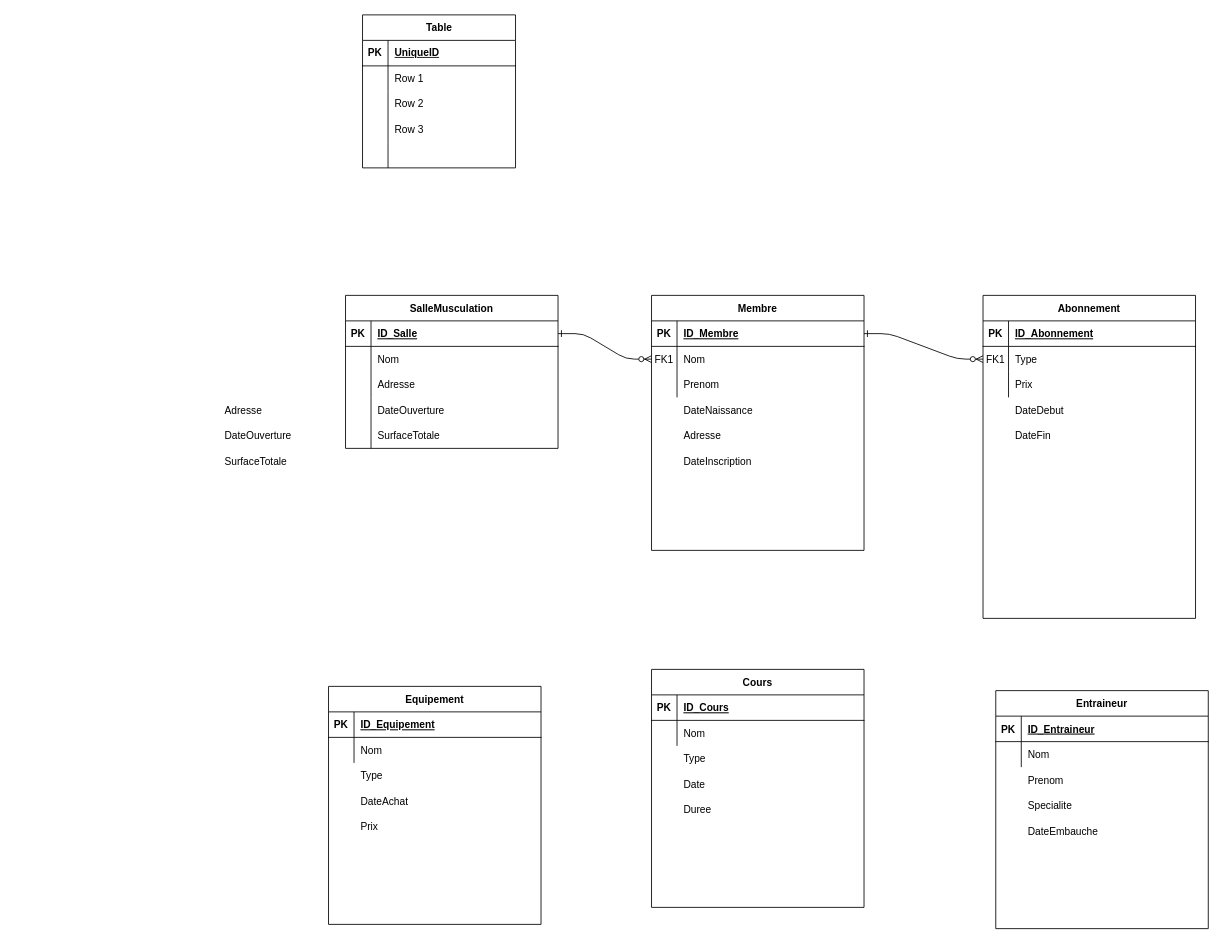
This is SchémaE/R.drawio from uvsqNathanAmoussou/SalleDeMuscuBDD, a draw.io file, before an edit. Source tidied: cells renumbered, new cells numbered last; positions are measured from the earlier drawing's top-left corner, leaving out a move shared by most shapes. Both pictures are drawn from the tidied source at 85%, with x=0, y=0 at pixel (218, 14).
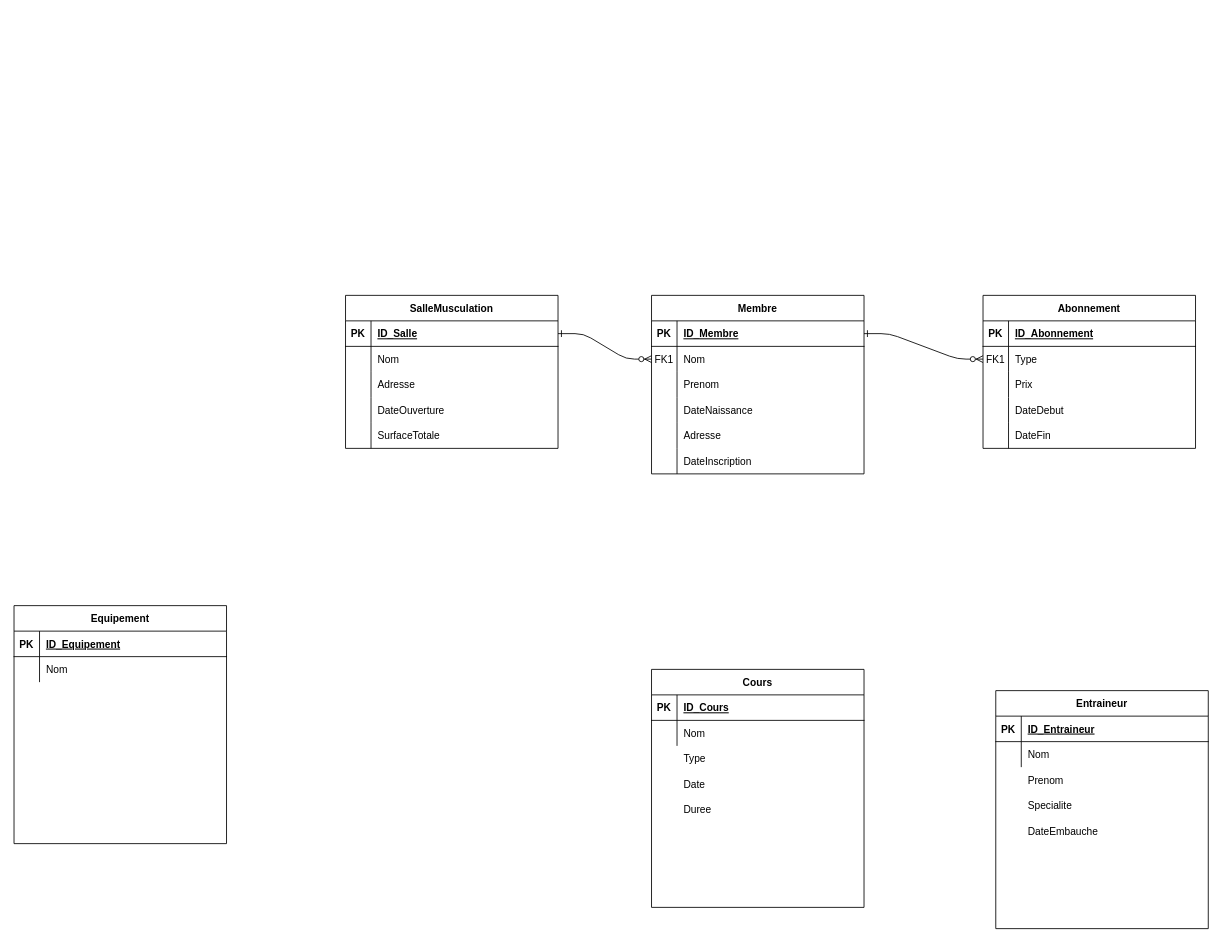
The same page after the edit.

Commit message (it also covers changes not shown here):
Mettre à jour R.drawio

Diff of the diagram source:
```diff
@@
     <mxCell id="4" value="Membre" style="shape=table;startSize=30;childLayout=tableLayout;rowLines=0;fontStyle=1;align=center;" parent="1" vertex="1">
-      <mxGeometry x="510" y="330" width="250" height="300" as="geometry" />
+      <mxGeometry x="510" y="330" width="250" height="210" as="geometry" />
     </mxCell>
@@
+    <mxCell id="94" style="shape=partialRectangle;fillColor=none;top=0;left=0;right=0;bottom=0;" parent="4" vertex="1">
+      <mxGeometry y="120" width="250" height="30" as="geometry" />
+    </mxCell>
+    <mxCell id="95" style="shape=partialRectangle;overflow=hidden;fillColor=none;top=0;left=0;bottom=0;right=0;" parent="94" vertex="1">
+      <mxGeometry width="30" height="30" as="geometry" />
+    </mxCell>
+    <mxCell id="43" value="DateNaissance" style="shape=partialRectangle;overflow=hidden;fillColor=none;top=0;left=0;bottom=0;right=0;align=left;spacingLeft=6;" parent="94" vertex="1">
+      <mxGeometry x="30" width="220" height="30" as="geometry" />
+    </mxCell>
+    <mxCell id="96" style="shape=partialRectangle;fillColor=none;top=0;left=0;right=0;bottom=0;" parent="4" vertex="1">
+      <mxGeometry y="150" width="250" height="30" as="geometry" />
+    </mxCell>
+    <mxCell id="97" style="shape=partialRectangle;overflow=hidden;fillColor=none;top=0;left=0;bottom=0;right=0;" parent="96" vertex="1">
+      <mxGeometry width="30" height="30" as="geometry" />
+    </mxCell>
+    <mxCell id="98" value="Adresse" style="shape=partialRectangle;overflow=hidden;fillColor=none;top=0;left=0;bottom=0;right=0;align=left;spacingLeft=6;" parent="96" vertex="1">
+      <mxGeometry x="30" width="220" height="30" as="geometry" />
+    </mxCell>
+    <mxCell id="99" style="shape=partialRectangle;fillColor=none;top=0;left=0;right=0;bottom=0;" parent="4" vertex="1">
+      <mxGeometry y="180" width="250" height="30" as="geometry" />
+    </mxCell>
+    <mxCell id="100" style="shape=partialRectangle;overflow=hidden;fillColor=none;top=0;left=0;bottom=0;right=0;" parent="99" vertex="1">
+      <mxGeometry width="30" height="30" as="geometry" />
+    </mxCell>
+    <mxCell id="45" value="DateInscription" style="shape=partialRectangle;overflow=hidden;fillColor=none;top=0;left=0;bottom=0;right=0;align=left;spacingLeft=6;" parent="99" vertex="1">
+      <mxGeometry x="30" width="220" height="30" as="geometry" />
+    </mxCell>
     <mxCell id="14" value="Abonnement" style="shape=table;startSize=30;childLayout=tableLayout;rowLines=0;fontStyle=1;align=center;" parent="1" vertex="1">
-      <mxGeometry x="900" y="330" width="250" height="380" as="geometry" />
+      <mxGeometry x="900" y="330" width="250" height="180" as="geometry" />
     </mxCell>
@@
+    <mxCell id="101" style="shape=partialRectangle;fillColor=none;top=0;left=0;right=0;bottom=0;" parent="14" vertex="1">
+      <mxGeometry y="120" width="250" height="30" as="geometry" />
+    </mxCell>
+    <mxCell id="102" style="shape=partialRectangle;overflow=hidden;fillColor=none;top=0;left=0;bottom=0;right=0;" parent="101" vertex="1">
+      <mxGeometry width="30" height="30" as="geometry" />
+    </mxCell>
+    <mxCell id="46" value="DateDebut" style="shape=partialRectangle;overflow=hidden;fillColor=none;top=0;left=0;bottom=0;right=0;align=left;spacingLeft=6;" parent="101" vertex="1">
+      <mxGeometry x="30" width="220" height="30" as="geometry" />
+    </mxCell>
+    <mxCell id="103" style="shape=partialRectangle;fillColor=none;top=0;left=0;right=0;bottom=0;" parent="14" vertex="1">
+      <mxGeometry y="150" width="250" height="30" as="geometry" />
+    </mxCell>
+    <mxCell id="104" style="shape=partialRectangle;overflow=hidden;fillColor=none;top=0;left=0;bottom=0;right=0;" parent="103" vertex="1">
+      <mxGeometry width="30" height="30" as="geometry" />
+    </mxCell>
+    <mxCell id="47" value="DateFin" style="shape=partialRectangle;overflow=hidden;fillColor=none;top=0;left=0;bottom=0;right=0;align=left;spacingLeft=6;" parent="103" vertex="1">
+      <mxGeometry x="30" width="220" height="30" as="geometry" />
+    </mxCell>
@@
-    <mxCell id="40" value="Adresse" style="shape=partialRectangle;overflow=hidden;fillColor=none;top=0;left=0;bottom=0;right=0;align=left;spacingLeft=6;" parent="1" vertex="1">
-      <mxGeometry y="450" width="220" height="30" as="geometry" />
-    </mxCell>
-    <mxCell id="41" value="DateOuverture" style="shape=partialRectangle;overflow=hidden;fillColor=none;top=0;left=0;bottom=0;right=0;align=left;spacingLeft=6;" parent="1" vertex="1">
-      <mxGeometry y="480" width="220" height="30" as="geometry" />
-    </mxCell>
-    <mxCell id="42" value="SurfaceTotale" style="shape=partialRectangle;overflow=hidden;fillColor=none;top=0;left=0;bottom=0;right=0;align=left;spacingLeft=6;" parent="1" vertex="1">
-      <mxGeometry y="510" width="220" height="30" as="geometry" />
-    </mxCell>
-    <mxCell id="43" value="DateNaissance" style="shape=partialRectangle;overflow=hidden;fillColor=none;top=0;left=0;bottom=0;right=0;align=left;spacingLeft=6;" parent="1" vertex="1">
-      <mxGeometry x="540" y="450" width="220" height="30" as="geometry" />
-    </mxCell>
-    <mxCell id="44" value="Adresse" style="shape=partialRectangle;overflow=hidden;fillColor=none;top=0;left=0;bottom=0;right=0;align=left;spacingLeft=6;" parent="1" vertex="1">
-      <mxGeometry x="540" y="480" width="220" height="30" as="geometry" />
-    </mxCell>
-    <mxCell id="45" value="DateInscription" style="shape=partialRectangle;overflow=hidden;fillColor=none;top=0;left=0;bottom=0;right=0;align=left;spacingLeft=6;" parent="1" vertex="1">
-      <mxGeometry x="540" y="510" width="220" height="30" as="geometry" />
-    </mxCell>
-    <mxCell id="46" value="DateDebut" style="shape=partialRectangle;overflow=hidden;fillColor=none;top=0;left=0;bottom=0;right=0;align=left;spacingLeft=6;" parent="1" vertex="1">
-      <mxGeometry x="930" y="450" width="220" height="30" as="geometry" />
-    </mxCell>
-    <mxCell id="47" value="DateFin" style="shape=partialRectangle;overflow=hidden;fillColor=none;top=0;left=0;bottom=0;right=0;align=left;spacingLeft=6;" parent="1" vertex="1">
-      <mxGeometry x="930" y="480" width="220" height="30" as="geometry" />
-    </mxCell>
@@
     <mxCell id="58" value="Equipement" style="shape=table;startSize=30;childLayout=tableLayout;rowLines=0;fontStyle=1;align=center;" parent="1" vertex="1">
-      <mxGeometry x="130" y="790" width="250" height="280" as="geometry" />
+      <mxGeometry x="-240" y="695" width="250" height="280" as="geometry" />
     </mxCell>
@@
-    <mxCell id="65" value="Type" style="shape=partialRectangle;overflow=hidden;fillColor=none;top=0;left=0;bottom=0;right=0;align=left;spacingLeft=6;" parent="1" vertex="1">
-      <mxGeometry x="160" y="880" width="220" height="30" as="geometry" />
-    </mxCell>
-    <mxCell id="66" value="DateAchat" style="shape=partialRectangle;overflow=hidden;fillColor=none;top=0;left=0;bottom=0;right=0;align=left;spacingLeft=6;" parent="1" vertex="1">
-      <mxGeometry x="160" y="910" width="220" height="30" as="geometry" />
-    </mxCell>
-    <mxCell id="67" value="Prix" style="shape=partialRectangle;overflow=hidden;fillColor=none;top=0;left=0;bottom=0;right=0;align=left;spacingLeft=6;" parent="1" vertex="1">
-      <mxGeometry x="160" y="940" width="220" height="30" as="geometry" />
-    </mxCell>
@@
-    <mxCell id="78" value="Table" style="shape=table;startSize=30;childLayout=tableLayout;rowLines=0;fontStyle=1;align=center;html=1;" parent="1" vertex="1">
-      <mxGeometry x="170" width="180" height="180" as="geometry" />
-    </mxCell>
-    <mxCell id="79" style="shape=tableRow;horizontal=0;startSize=0;swimlaneHead=0;swimlaneBody=0;fillColor=none;top=0;left=0;right=0;bottom=1;" parent="78" vertex="1">
-      <mxGeometry y="30" width="180" height="30" as="geometry" />
-    </mxCell>
-    <mxCell id="80" value="PK" style="shape=partialRectangle;fillColor=none;top=0;left=0;bottom=0;right=0;fontStyle=1;overflow=hidden;whiteSpace=wrap;html=1;" parent="79" vertex="1">
-      <mxGeometry width="30" height="30" as="geometry" />
-    </mxCell>
-    <mxCell id="81" value="UniqueID" style="shape=partialRectangle;fillColor=none;top=0;left=0;bottom=0;right=0;align=left;spacingLeft=6;fontStyle=5;overflow=hidden;whiteSpace=wrap;html=1;" parent="79" vertex="1">
-      <mxGeometry x="30" width="150" height="30" as="geometry" />
-    </mxCell>
-    <mxCell id="82" style="shape=tableRow;horizontal=0;startSize=0;swimlaneHead=0;swimlaneBody=0;fillColor=none;top=0;left=0;right=0;bottom=0;" parent="78" vertex="1">
-      <mxGeometry y="60" width="180" height="30" as="geometry" />
-    </mxCell>
-    <mxCell id="83" style="shape=partialRectangle;fillColor=none;top=0;left=0;bottom=0;right=0;overflow=hidden;whiteSpace=wrap;html=1;" parent="82" vertex="1">
-      <mxGeometry width="30" height="30" as="geometry" />
-    </mxCell>
-    <mxCell id="84" value="Row 1" style="shape=partialRectangle;fillColor=none;top=0;left=0;bottom=0;right=0;align=left;spacingLeft=6;overflow=hidden;whiteSpace=wrap;html=1;" parent="82" vertex="1">
-      <mxGeometry x="30" width="150" height="30" as="geometry" />
-    </mxCell>
-    <mxCell id="85" style="shape=tableRow;horizontal=0;startSize=0;swimlaneHead=0;swimlaneBody=0;fillColor=none;top=0;left=0;right=0;bottom=0;" parent="78" vertex="1">
-      <mxGeometry y="90" width="180" height="30" as="geometry" />
-    </mxCell>
-    <mxCell id="86" style="shape=partialRectangle;fillColor=none;top=0;left=0;bottom=0;right=0;overflow=hidden;whiteSpace=wrap;html=1;" parent="85" vertex="1">
-      <mxGeometry width="30" height="30" as="geometry" />
-    </mxCell>
-    <mxCell id="87" value="Row 2" style="shape=partialRectangle;fillColor=none;top=0;left=0;bottom=0;right=0;align=left;spacingLeft=6;overflow=hidden;whiteSpace=wrap;html=1;" parent="85" vertex="1">
-      <mxGeometry x="30" width="150" height="30" as="geometry" />
-    </mxCell>
-    <mxCell id="88" style="shape=tableRow;horizontal=0;startSize=0;swimlaneHead=0;swimlaneBody=0;fillColor=none;top=0;left=0;right=0;bottom=0;" parent="78" vertex="1">
-      <mxGeometry y="120" width="180" height="30" as="geometry" />
-    </mxCell>
-    <mxCell id="89" style="shape=partialRectangle;fillColor=none;top=0;left=0;bottom=0;right=0;overflow=hidden;whiteSpace=wrap;html=1;" parent="88" vertex="1">
-      <mxGeometry width="30" height="30" as="geometry" />
-    </mxCell>
-    <mxCell id="90" value="Row 3" style="shape=partialRectangle;fillColor=none;top=0;left=0;bottom=0;right=0;align=left;spacingLeft=6;overflow=hidden;whiteSpace=wrap;html=1;" parent="88" vertex="1">
-      <mxGeometry x="30" width="150" height="30" as="geometry" />
-    </mxCell>
-    <mxCell id="91" style="shape=tableRow;horizontal=0;startSize=0;swimlaneHead=0;swimlaneBody=0;fillColor=none;top=0;left=0;right=0;bottom=0;" parent="78" vertex="1">
-      <mxGeometry y="150" width="180" height="30" as="geometry" />
-    </mxCell>
-    <mxCell id="92" style="shape=partialRectangle;fillColor=none;top=0;left=0;bottom=0;right=0;overflow=hidden;whiteSpace=wrap;html=1;" parent="91" vertex="1">
-      <mxGeometry width="30" height="30" as="geometry" />
-    </mxCell>
-    <mxCell id="93" style="shape=partialRectangle;fillColor=none;top=0;left=0;bottom=0;right=0;align=left;spacingLeft=6;overflow=hidden;whiteSpace=wrap;html=1;" parent="91" vertex="1">
-      <mxGeometry x="30" width="150" height="30" as="geometry" />
-    </mxCell>
```
